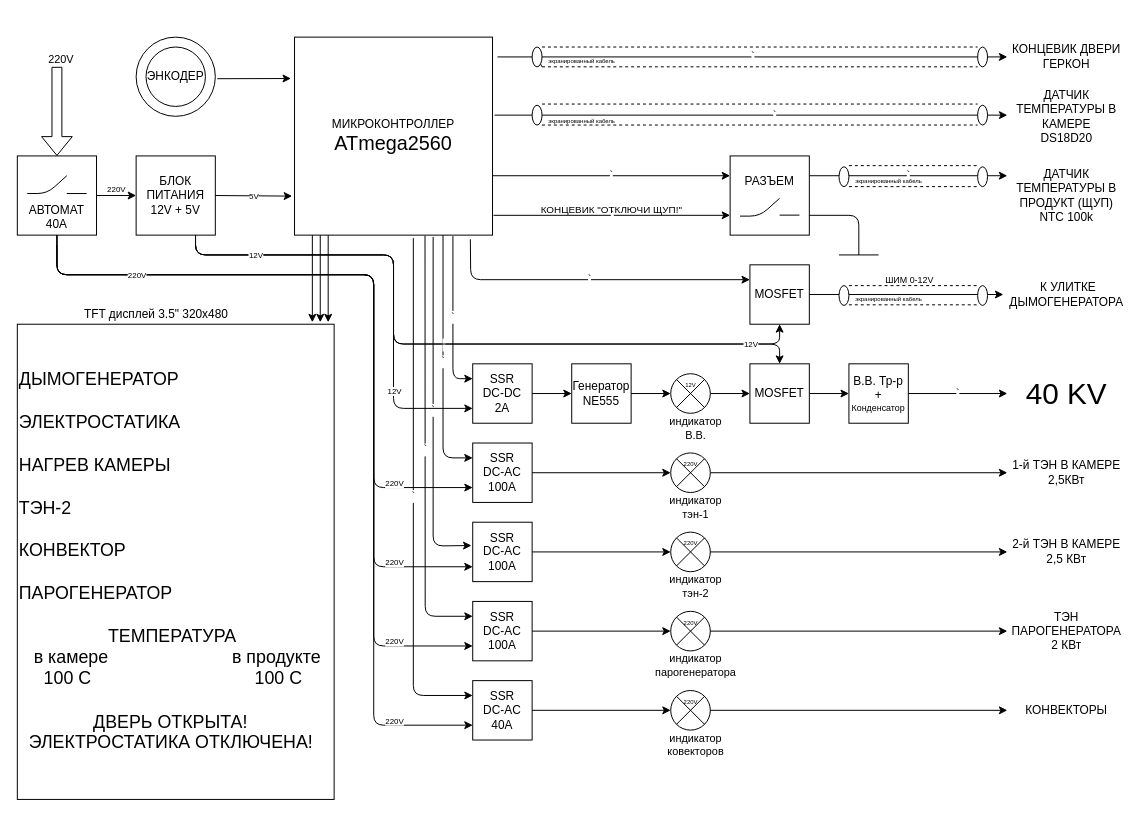
jekavovikovich/jekavovikovich keeps this draw.io diagram as kopv5mk.drawio. Above is the earlier version. Source tidied: cells renumbered, new cells numbered last; positions are measured from the earlier drawing's top-left corner, leaving out a move shared by most shapes. Both pictures are drawn from the tidied source at 99%, with x=0, y=0 at pixel (17, 17).
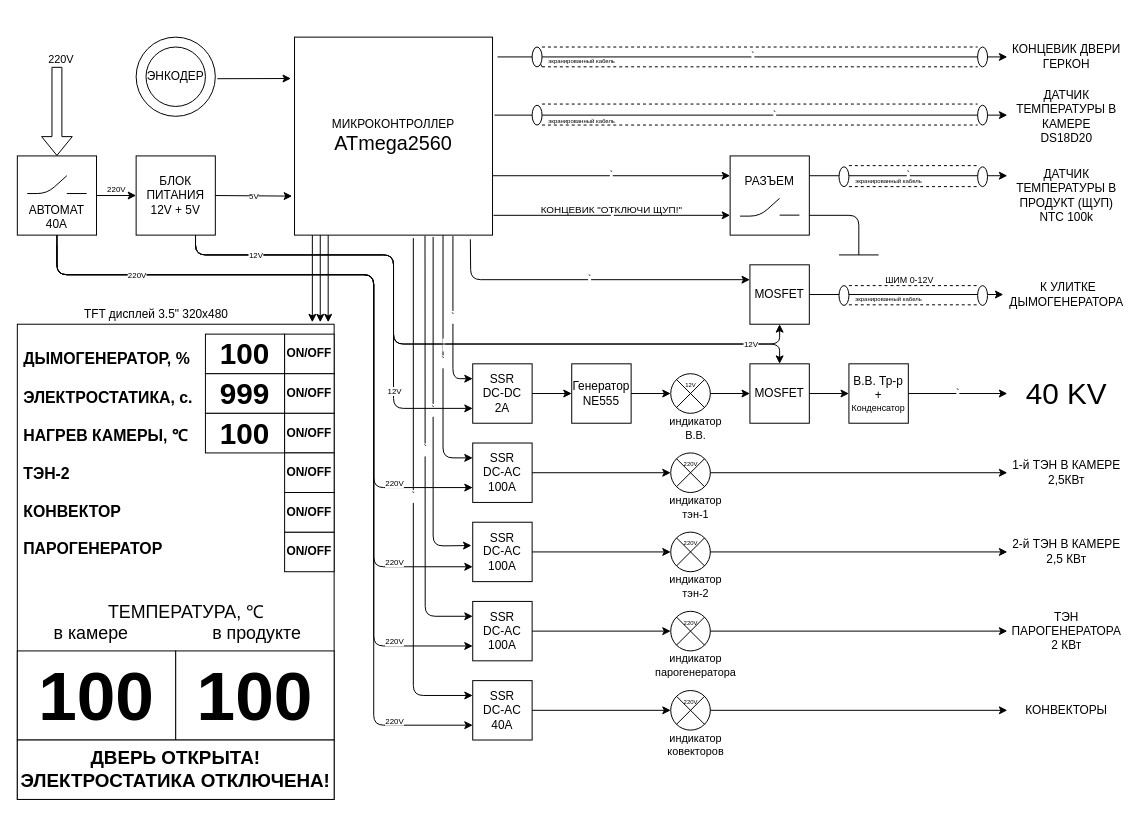
After the change.

The edit, as a diff of the source:
```diff
@@
-    <mxCell id="102" value="&lt;div style=&quot;font-size: 18px&quot; align=&quot;left&quot;&gt;&lt;font style=&quot;font-size: 18px&quot;&gt;ДЫМОГЕНЕРАТОР&lt;/font&gt;&lt;/div&gt;&lt;div style=&quot;font-size: 18px&quot; align=&quot;left&quot;&gt;&lt;font style=&quot;font-size: 18px&quot;&gt;&lt;br&gt;&lt;/font&gt;&lt;/div&gt;&lt;div style=&quot;font-size: 18px&quot; align=&quot;left&quot;&gt;&lt;font style=&quot;font-size: 18px&quot;&gt;ЭЛЕКТРОСТАТИКА&lt;/font&gt;&lt;/div&gt;&lt;div style=&quot;font-size: 18px&quot; align=&quot;left&quot;&gt;&lt;font style=&quot;font-size: 18px&quot;&gt;&lt;br&gt;&lt;/font&gt;&lt;/div&gt;&lt;div style=&quot;font-size: 18px&quot; align=&quot;left&quot;&gt;&lt;font style=&quot;font-size: 18px&quot;&gt;НАГРЕВ КАМЕРЫ&lt;/font&gt;&lt;/div&gt;&lt;div style=&quot;font-size: 18px&quot; align=&quot;left&quot;&gt;&lt;font style=&quot;font-size: 18px&quot;&gt;&lt;br&gt;&lt;/font&gt;&lt;/div&gt;&lt;div style=&quot;font-size: 18px&quot; align=&quot;left&quot;&gt;&lt;font style=&quot;font-size: 18px&quot;&gt;ТЭН-2&lt;/font&gt;&lt;/div&gt;&lt;div style=&quot;font-size: 18px&quot; align=&quot;left&quot;&gt;&lt;font style=&quot;font-size: 18px&quot;&gt;&lt;br&gt;&lt;/font&gt;&lt;/div&gt;&lt;div style=&quot;font-size: 18px&quot; align=&quot;left&quot;&gt;&lt;font style=&quot;font-size: 18px&quot;&gt;КОНВЕКТОР&lt;/font&gt;&lt;/div&gt;&lt;div style=&quot;font-size: 18px&quot; align=&quot;left&quot;&gt;&lt;font style=&quot;font-size: 18px&quot;&gt;&lt;br&gt;&lt;/font&gt;&lt;/div&gt;&lt;div style=&quot;font-size: 18px&quot; align=&quot;left&quot;&gt;&lt;font style=&quot;font-size: 18px&quot;&gt;ПАРОГЕНЕРАТОР&lt;br&gt;&lt;/font&gt;&lt;/div&gt;&lt;div style=&quot;font-size: 18px&quot; align=&quot;left&quot;&gt;&lt;font style=&quot;font-size: 18px&quot;&gt;&lt;br&gt;&lt;/font&gt;&lt;/div&gt;&lt;div style=&quot;font-size: 18px&quot; align=&quot;left&quot;&gt;&lt;font style=&quot;font-size: 18px&quot;&gt;&amp;nbsp;&amp;nbsp;&amp;nbsp;&amp;nbsp;&amp;nbsp;&amp;nbsp;&amp;nbsp;&amp;nbsp;&amp;nbsp;&amp;nbsp;&amp;nbsp;&amp;nbsp;&amp;nbsp;&amp;nbsp;&amp;nbsp;&amp;nbsp;&amp;nbsp; ТЕМПЕРАТУРА&lt;/font&gt;&lt;/div&gt;&lt;div style=&quot;font-size: 18px&quot; align=&quot;left&quot;&gt;&lt;font style=&quot;font-size: 18px&quot;&gt;&amp;nbsp;&amp;nbsp; в камере&amp;nbsp;&amp;nbsp;&amp;nbsp;&amp;nbsp;&amp;nbsp;&amp;nbsp;&amp;nbsp;&amp;nbsp;&amp;nbsp;&amp;nbsp;&amp;nbsp;&amp;nbsp;&amp;nbsp;&amp;nbsp;&amp;nbsp;&amp;nbsp;&amp;nbsp;&amp;nbsp;&amp;nbsp;&amp;nbsp;&amp;nbsp;&amp;nbsp;&amp;nbsp;&amp;nbsp; в продукте&amp;nbsp;&amp;nbsp; &lt;br&gt;&lt;/font&gt;&lt;/div&gt;&lt;div style=&quot;font-size: 18px&quot; align=&quot;left&quot;&gt;&lt;font style=&quot;font-size: 18px&quot;&gt;&amp;nbsp; &amp;nbsp;&amp;nbsp; 100 С&amp;nbsp;&amp;nbsp;&amp;nbsp;&amp;nbsp;&amp;nbsp;&amp;nbsp;&amp;nbsp;&amp;nbsp;&amp;nbsp;&amp;nbsp;&amp;nbsp;&amp;nbsp;&amp;nbsp;&amp;nbsp;&amp;nbsp;&amp;nbsp;&amp;nbsp;&amp;nbsp;&amp;nbsp;&amp;nbsp;&amp;nbsp;&amp;nbsp;&amp;nbsp;&amp;nbsp;&amp;nbsp;&amp;nbsp;&amp;nbsp;&amp;nbsp;&amp;nbsp;&amp;nbsp;&amp;nbsp;&amp;nbsp; 100 С&lt;br&gt;&lt;/font&gt;&lt;/div&gt;&lt;div style=&quot;font-size: 18px&quot; align=&quot;left&quot;&gt;&lt;font style=&quot;font-size: 18px&quot;&gt;&lt;br&gt;&lt;/font&gt;&lt;/div&gt;&lt;div style=&quot;font-size: 18px&quot; align=&quot;left&quot;&gt;&lt;font style=&quot;font-size: 18px&quot;&gt;&amp;nbsp;&amp;nbsp;&amp;nbsp;&amp;nbsp;&amp;nbsp;&amp;nbsp;&amp;nbsp;&amp;nbsp;&amp;nbsp;&amp;nbsp;&amp;nbsp;&amp;nbsp;&amp;nbsp;&amp;nbsp; ДВЕРЬ ОТКРЫТА!&lt;br&gt;&lt;/font&gt;&lt;/div&gt;&lt;div style=&quot;font-size: 18px&quot; align=&quot;left&quot;&gt;&lt;font style=&quot;font-size: 18px&quot;&gt;&amp;nbsp; ЭЛЕКТРОСТАТИКА ОТКЛЮЧЕНА!&lt;br&gt;&lt;/font&gt;&lt;/div&gt;" style="rounded=0;whiteSpace=wrap;html=1;align=left;" parent="1" vertex="1">
+    <mxCell id="102" value="&lt;div style=&quot;font-size: 16px&quot; align=&quot;left&quot;&gt;&lt;font style=&quot;font-size: 16px&quot;&gt;&lt;font style=&quot;font-size: 16px&quot;&gt;&lt;b&gt;&lt;font style=&quot;font-size: 16px&quot;&gt;&amp;nbsp;ДЫМОГЕНЕРАТОР, %&lt;br&gt;&lt;/font&gt;&lt;/b&gt;&lt;/font&gt;&lt;/font&gt;&lt;/div&gt;&lt;div style=&quot;font-size: 16px&quot; align=&quot;left&quot;&gt;&lt;font style=&quot;font-size: 16px&quot;&gt;&lt;b&gt;&lt;font style=&quot;font-size: 16px&quot;&gt;&lt;br&gt;&lt;/font&gt;&lt;/b&gt;&lt;/font&gt;&lt;/div&gt;&lt;div style=&quot;font-size: 16px&quot; align=&quot;left&quot;&gt;&lt;font style=&quot;font-size: 16px&quot;&gt;&lt;b&gt;&lt;font style=&quot;font-size: 16px&quot;&gt;&amp;nbsp;ЭЛЕКТРОСТАТИКА&lt;font style=&quot;font-size: 16px&quot;&gt;, с.&lt;/font&gt;&lt;/font&gt;&lt;/b&gt;&lt;/font&gt;&lt;/div&gt;&lt;div style=&quot;font-size: 16px&quot; align=&quot;left&quot;&gt;&lt;font style=&quot;font-size: 16px&quot;&gt;&lt;b&gt;&lt;font style=&quot;font-size: 16px&quot;&gt;&lt;br&gt;&lt;/font&gt;&lt;/b&gt;&lt;/font&gt;&lt;/div&gt;&lt;div style=&quot;font-size: 16px&quot; align=&quot;left&quot;&gt;&lt;font style=&quot;font-size: 16px&quot;&gt;&lt;b&gt;&lt;font style=&quot;font-size: 16px&quot;&gt;&amp;nbsp;НАГРЕВ КАМЕРЫ, &lt;/font&gt;&lt;/b&gt;&lt;/font&gt;&lt;font style=&quot;font-size: 16px&quot;&gt;&lt;b&gt;&lt;font style=&quot;font-size: 16px&quot;&gt;&lt;span id=&quot;char-node&quot; style=&quot;font-family: &amp;#34;u2000&amp;#34;&quot;&gt;℃&lt;/span&gt;&lt;/font&gt;&lt;/b&gt;&lt;/font&gt;&lt;/div&gt;&lt;div style=&quot;font-size: 16px&quot; align=&quot;left&quot;&gt;&lt;font style=&quot;font-size: 16px&quot;&gt;&lt;b&gt;&lt;font style=&quot;font-size: 16px&quot;&gt;&lt;br&gt;&lt;/font&gt;&lt;/b&gt;&lt;/font&gt;&lt;/div&gt;&lt;div style=&quot;font-size: 16px&quot; align=&quot;left&quot;&gt;&lt;font style=&quot;font-size: 16px&quot;&gt;&lt;b&gt;&lt;font style=&quot;font-size: 16px&quot;&gt;&amp;nbsp;ТЭН-2&lt;/font&gt;&lt;/b&gt;&lt;/font&gt;&lt;/div&gt;&lt;div style=&quot;font-size: 16px&quot; align=&quot;left&quot;&gt;&lt;font style=&quot;font-size: 16px&quot;&gt;&lt;b&gt;&lt;font style=&quot;font-size: 16px&quot;&gt;&lt;br&gt;&lt;/font&gt;&lt;/b&gt;&lt;/font&gt;&lt;/div&gt;&lt;div style=&quot;font-size: 16px&quot; align=&quot;left&quot;&gt;&lt;font style=&quot;font-size: 16px&quot;&gt;&lt;b&gt;&lt;font style=&quot;font-size: 16px&quot;&gt;&amp;nbsp;КОНВЕКТОР&lt;/font&gt;&lt;/b&gt;&lt;/font&gt;&lt;/div&gt;&lt;div style=&quot;font-size: 16px&quot; align=&quot;left&quot;&gt;&lt;font style=&quot;font-size: 16px&quot;&gt;&lt;b&gt;&lt;font style=&quot;font-size: 16px&quot;&gt;&lt;br&gt;&lt;/font&gt;&lt;/b&gt;&lt;/font&gt;&lt;/div&gt;&lt;div style=&quot;font-size: 16px&quot; align=&quot;left&quot;&gt;&lt;font style=&quot;font-size: 16px&quot;&gt;&lt;font style=&quot;font-size: 16px&quot;&gt;&lt;b&gt;&lt;font style=&quot;font-size: 16px&quot;&gt;&amp;nbsp;ПАРОГЕНЕРАТОР&lt;/font&gt;&lt;/b&gt;&lt;/font&gt;&lt;br&gt;&lt;/font&gt;&lt;/div&gt;&lt;div style=&quot;font-size: 18px&quot; align=&quot;left&quot;&gt;&lt;font style=&quot;font-size: 18px&quot;&gt;&lt;br&gt;&lt;/font&gt;&lt;/div&gt;&lt;div style=&quot;font-size: 18px&quot; align=&quot;left&quot;&gt;&lt;font style=&quot;font-size: 18px&quot;&gt;&lt;br&gt;&lt;/font&gt;&lt;/div&gt;&lt;div style=&quot;font-size: 18px&quot; align=&quot;left&quot;&gt;&lt;font style=&quot;font-size: 18px&quot;&gt;&amp;nbsp;&amp;nbsp;&amp;nbsp;&amp;nbsp;&amp;nbsp;&amp;nbsp;&amp;nbsp;&amp;nbsp;&amp;nbsp;&amp;nbsp;&amp;nbsp;&amp;nbsp;&amp;nbsp;&amp;nbsp;&amp;nbsp;&amp;nbsp;&amp;nbsp; ТЕМПЕРАТУРА, &lt;/font&gt;&lt;font style=&quot;font-size: 18px&quot;&gt;&lt;span id=&quot;char-node&quot; style=&quot;font-family: &amp;#34;u2000&amp;#34;&quot;&gt;℃&lt;/span&gt;&lt;/font&gt;&lt;/div&gt;&lt;div style=&quot;font-size: 18px&quot; align=&quot;left&quot;&gt;&lt;font style=&quot;font-size: 18px&quot;&gt;&amp;nbsp;&amp;nbsp;&amp;nbsp;&amp;nbsp;&amp;nbsp;&amp;nbsp; в камере &amp;nbsp; &amp;nbsp;&amp;nbsp;&amp;nbsp;&amp;nbsp;&amp;nbsp;&amp;nbsp;&amp;nbsp;&amp;nbsp;&amp;nbsp;&amp;nbsp;&amp;nbsp;&amp;nbsp;&amp;nbsp; в продукте&amp;nbsp;&amp;nbsp; &lt;br&gt;&lt;/font&gt;&lt;/div&gt;&lt;div style=&quot;font-size: 18px&quot; align=&quot;left&quot;&gt;&lt;font style=&quot;font-size: 18px&quot;&gt;&lt;br&gt;&lt;/font&gt;&lt;/div&gt;&lt;div style=&quot;font-size: 43px&quot; align=&quot;left&quot;&gt;&lt;font style=&quot;font-size: 43px&quot;&gt;&lt;b&gt;&amp;nbsp;&amp;nbsp; &lt;br&gt;&lt;/b&gt;&lt;/font&gt;&lt;/div&gt;&lt;br&gt;&lt;div style=&quot;font-size: 18px&quot; align=&quot;left&quot;&gt;&lt;font style=&quot;font-size: 18px&quot;&gt;&amp;nbsp;&amp;nbsp;&amp;nbsp;&amp;nbsp;&amp;nbsp;&amp;nbsp;&amp;nbsp;&amp;nbsp;&amp;nbsp;&amp;nbsp;&amp;nbsp;&amp;nbsp;&amp;nbsp; &lt;br&gt;&lt;/font&gt;&lt;/div&gt;&lt;div style=&quot;font-size: 18px&quot; align=&quot;left&quot;&gt;&lt;font style=&quot;font-size: 18px&quot;&gt;&amp;nbsp; &lt;br&gt;&lt;/font&gt;&lt;/div&gt;" style="rounded=0;whiteSpace=wrap;html=1;align=left;" parent="1" vertex="1">
       <mxGeometry y="310" width="320" height="480" as="geometry" />
     </mxCell>
@@
+    <mxCell id="124" value="&lt;div style=&quot;font-size: 30px;&quot;&gt;100&lt;/div&gt;" style="rounded=0;whiteSpace=wrap;html=1;labelBackgroundColor=#ffffff;fontSize=30;fontStyle=1;" parent="1" vertex="1">
+      <mxGeometry x="190" y="320" width="80" height="40" as="geometry" />
+    </mxCell>
+    <mxCell id="125" value="999" style="rounded=0;whiteSpace=wrap;html=1;labelBackgroundColor=#ffffff;fontSize=30;fontStyle=1;" parent="1" vertex="1">
+      <mxGeometry x="190" y="360" width="80" height="40" as="geometry" />
+    </mxCell>
+    <mxCell id="126" value="&lt;div style=&quot;font-size: 30px;&quot;&gt;100&lt;/div&gt;" style="rounded=0;whiteSpace=wrap;html=1;labelBackgroundColor=#ffffff;fontSize=30;fontStyle=1;" parent="1" vertex="1">
+      <mxGeometry x="190" y="400" width="80" height="40" as="geometry" />
+    </mxCell>
+    <mxCell id="127" value="ON/OFF" style="rounded=0;whiteSpace=wrap;html=1;labelBackgroundColor=#ffffff;fontSize=12;fontStyle=1;" parent="1" vertex="1">
+      <mxGeometry x="270" y="520" width="50" height="40" as="geometry" />
+    </mxCell>
+    <mxCell id="128" value="ON/OFF" style="rounded=0;whiteSpace=wrap;html=1;labelBackgroundColor=#ffffff;fontSize=12;fontStyle=1;" parent="1" vertex="1">
+      <mxGeometry x="270" y="320" width="50" height="40" as="geometry" />
+    </mxCell>
+    <mxCell id="129" value="ON/OFF" style="rounded=0;whiteSpace=wrap;html=1;labelBackgroundColor=#ffffff;fontSize=12;fontStyle=1;" parent="1" vertex="1">
+      <mxGeometry x="270" y="360" width="50" height="40" as="geometry" />
+    </mxCell>
+    <mxCell id="130" value="ON/OFF" style="rounded=0;whiteSpace=wrap;html=1;labelBackgroundColor=#ffffff;fontSize=12;fontStyle=1;" parent="1" vertex="1">
+      <mxGeometry x="270" y="400" width="50" height="40" as="geometry" />
+    </mxCell>
+    <mxCell id="131" value="ON/OFF" style="rounded=0;whiteSpace=wrap;html=1;labelBackgroundColor=#ffffff;fontSize=12;fontStyle=1;" parent="1" vertex="1">
+      <mxGeometry x="270" y="440" width="50" height="40" as="geometry" />
+    </mxCell>
+    <mxCell id="132" value="ON/OFF" style="rounded=0;whiteSpace=wrap;html=1;labelBackgroundColor=#ffffff;fontSize=12;fontStyle=1;" parent="1" vertex="1">
+      <mxGeometry x="270" y="480" width="50" height="40" as="geometry" />
+    </mxCell>
+    <mxCell id="133" value="&lt;div style=&quot;font-size: 70px;&quot;&gt;100&lt;/div&gt;" style="rounded=0;whiteSpace=wrap;html=1;labelBackgroundColor=#ffffff;fontSize=70;fontStyle=1;" parent="1" vertex="1">
+      <mxGeometry y="640" width="160" height="90" as="geometry" />
+    </mxCell>
+    <mxCell id="134" value="&lt;div style=&quot;font-size: 70px;&quot;&gt;100&lt;/div&gt;" style="rounded=0;whiteSpace=wrap;html=1;labelBackgroundColor=#ffffff;fontSize=70;fontStyle=1;" parent="1" vertex="1">
+      <mxGeometry x="160" y="640" width="160" height="90" as="geometry" />
+    </mxCell>
+    <mxCell id="135" value="&lt;div style=&quot;font-size: 19px;&quot;&gt;ДВЕРЬ ОТКРЫТА!&lt;/div&gt;&lt;div style=&quot;font-size: 19px;&quot;&gt;ЭЛЕКТРОСТАТИКА ОТКЛЮЧЕНА!&lt;br style=&quot;font-size: 19px;&quot;&gt;&lt;/div&gt;" style="rounded=0;whiteSpace=wrap;html=1;labelBackgroundColor=#ffffff;fontSize=19;fontStyle=1;" parent="1" vertex="1">
+      <mxGeometry y="730" width="320" height="60" as="geometry" />
+    </mxCell>
```
